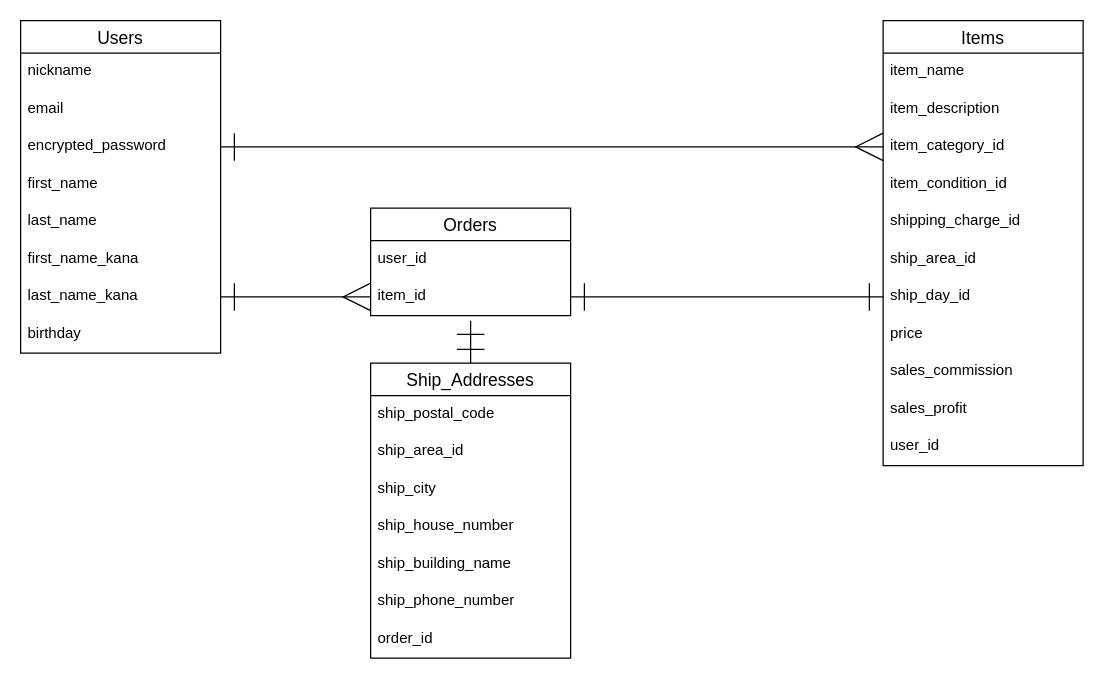
Earlier version of the draw.io diagram er.dio (chie-python/furima-38879). Source tidied: cells renumbered, new cells numbered last; positions are measured from the earlier drawing's top-left corner, leaving out a move shared by most shapes. Both pictures are drawn from the tidied source at 125%, with x=0, y=0 at pixel (20, 20).
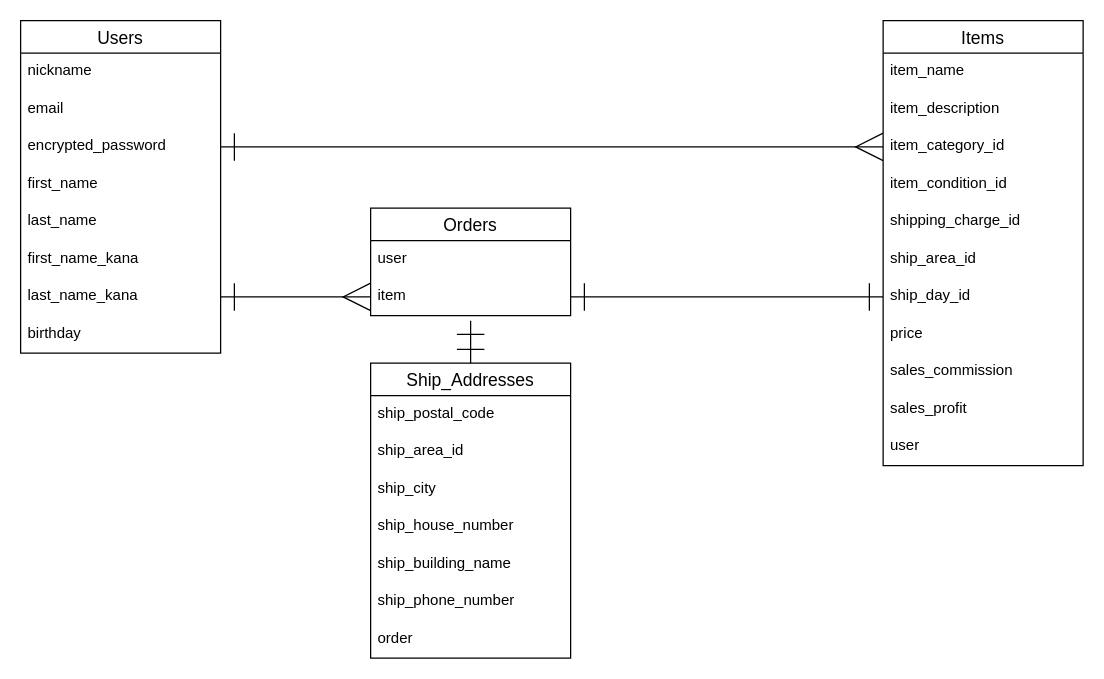
After the change.

Commit message:
データベース設計修正#5

Unchanged cells that the change refers to:
```xml
<mxCell id="11" value="Orders" style="swimlane;fontStyle=0;horizontal=1;startSize=26;align=center;fontSize=14;" parent="1" vertex="1">
  <mxGeometry x="280" y="150" width="160" height="86" as="geometry" />
</mxCell>
<mxCell id="14" value="Items" style="swimlane;fontStyle=0;horizontal=1;startSize=26;align=center;fontSize=14;" parent="1" vertex="1">
  <mxGeometry x="690" width="160" height="356" as="geometry" />
</mxCell>
<mxCell id="26" value="Ship_Addresses" style="swimlane;fontStyle=0;horizontal=1;startSize=26;align=center;fontSize=14;" parent="1" vertex="1">
  <mxGeometry x="280" y="274" width="160" height="236" as="geometry" />
</mxCell>
```

Diff of the diagram source:
```diff
@@
-    <mxCell id="12" value="user_id" style="text;strokeColor=none;fillColor=none;spacingLeft=4;spacingRight=4;overflow=hidden;fontSize=12;" parent="11" vertex="1">
+    <mxCell id="12" value="user" style="text;strokeColor=none;fillColor=none;spacingLeft=4;spacingRight=4;overflow=hidden;fontSize=12;" parent="11" vertex="1">
       <mxGeometry y="26" width="160" height="30" as="geometry" />
     </mxCell>
-    <mxCell id="13" value="item_id" style="text;strokeColor=none;fillColor=none;spacingLeft=4;spacingRight=4;overflow=hidden;points=[[0,0.5],[1,0.5]];portConstraint=eastwest;fontSize=12;" parent="11" vertex="1">
+    <mxCell id="13" value="item" style="text;strokeColor=none;fillColor=none;spacingLeft=4;spacingRight=4;overflow=hidden;points=[[0,0.5],[1,0.5]];portConstraint=eastwest;fontSize=12;" parent="11" vertex="1">
       <mxGeometry y="56" width="160" height="30" as="geometry" />
     </mxCell>
@@
-    <mxCell id="25" value="user_id" style="text;strokeColor=none;fillColor=none;spacingLeft=4;spacingRight=4;overflow=hidden;fontSize=12;" parent="14" vertex="1">
+    <mxCell id="25" value="user" style="text;strokeColor=none;fillColor=none;spacingLeft=4;spacingRight=4;overflow=hidden;fontSize=12;" parent="14" vertex="1">
       <mxGeometry y="326" width="160" height="30" as="geometry" />
     </mxCell>
@@
-    <mxCell id="33" value="order_id" style="text;strokeColor=none;fillColor=none;spacingLeft=4;spacingRight=4;overflow=hidden;fontSize=12;" parent="26" vertex="1">
+    <mxCell id="33" value="order" style="text;strokeColor=none;fillColor=none;spacingLeft=4;spacingRight=4;overflow=hidden;fontSize=12;" parent="26" vertex="1">
       <mxGeometry y="206" width="160" height="30" as="geometry" />
     </mxCell>
```
